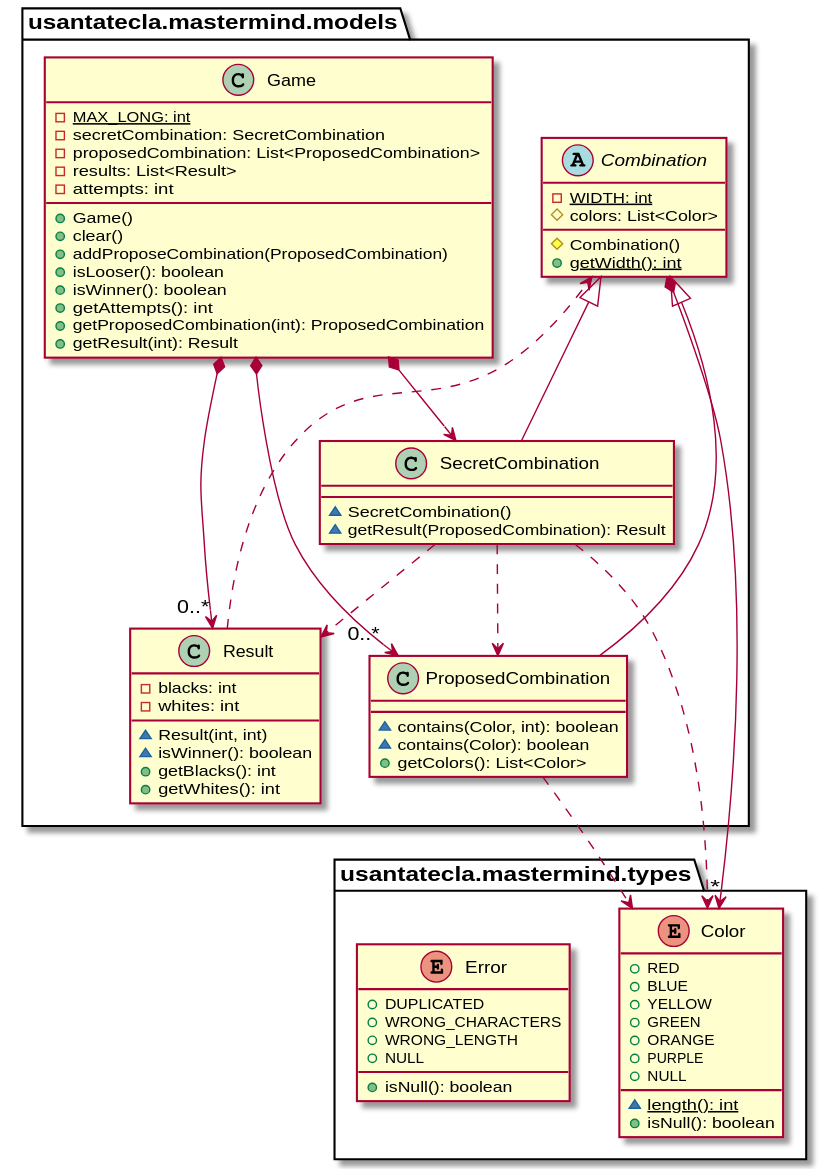
Above: modelViewPresenter/presentationModel/withFacade/docs/diagrams/out/paquetes/usantatecla.mastermind.models.svg in SantaTecla-mastermind/solution.java.swing.socket.sql (PlantUML), before the change. Its diagram source:
```plantuml
@startuml
abstract class usantatecla.mastermind.models.Combination {
- {static} WIDTH: int
# colors: List<Color>
# Combination()
+ {static} getWidth(): int
}
usantatecla.mastermind.models.Combination *-down-> "*" usantatecla.mastermind.types.Color

class usantatecla.mastermind.models.Game {
- {static} MAX_LONG: int
- secretCombination: SecretCombination
- proposedCombination: List<ProposedCombination>
- results: List<Result>
- attempts: int
+ Game()
+ clear()
+ addProposeCombination(ProposedCombination)
+ isLooser(): boolean
+ isWinner(): boolean
+ getAttempts(): int
+ getProposedCombination(int): ProposedCombination
+ getResult(int): Result
}
usantatecla.mastermind.models.Game *-down-> usantatecla.mastermind.models.SecretCombination
usantatecla.mastermind.models.Game *-down-> "0..*" usantatecla.mastermind.models.Result
usantatecla.mastermind.models.Game *-down-> "0..*" usantatecla.mastermind.models.ProposedCombination

class usantatecla.mastermind.models.ProposedCombination {
~ contains(Color, int): boolean
~ contains(Color): boolean
+ getColors(): List<Color>
}
usantatecla.mastermind.models.Combination <|-down- usantatecla.mastermind.models.ProposedCombination
usantatecla.mastermind.models.ProposedCombination ..> usantatecla.mastermind.types.Color

class usantatecla.mastermind.models.SecretCombination {
~ SecretCombination()
~ getResult(ProposedCombination): Result
}
usantatecla.mastermind.models.Combination <|-down- usantatecla.mastermind.models.SecretCombination
usantatecla.mastermind.models.SecretCombination ..> usantatecla.mastermind.models.Result
usantatecla.mastermind.models.SecretCombination ..> usantatecla.mastermind.models.ProposedCombination
usantatecla.mastermind.models.SecretCombination ..> usantatecla.mastermind.types.Color

class usantatecla.mastermind.models.Result {
- blacks: int
- whites: int
~ Result(int, int)
~ isWinner(): boolean
+ getBlacks(): int
+ getWhites(): int
}

usantatecla.mastermind.models.Result -down..> usantatecla.mastermind.models.Combination

enum usantatecla.mastermind.types.Color {
+ RED
+ BLUE
+ YELLOW
+ GREEN
+ ORANGE
+ PURPLE
+ NULL
~ {static} length(): int
+ isNull(): boolean
}

enum usantatecla.mastermind.types.Error {
+ DUPLICATED
+ WRONG_CHARACTERS
+ WRONG_LENGTH
+ NULL
+ isNull(): boolean
}
@enduml
```
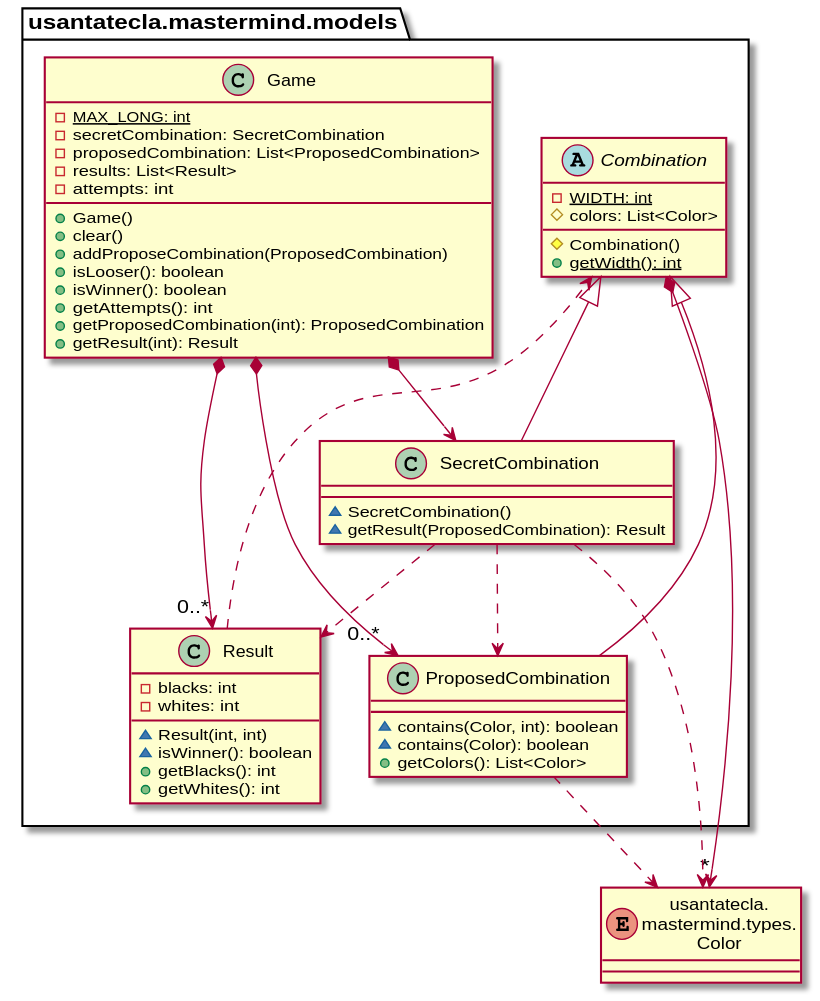
Above is the later version.

What changed in the source:
```diff
@@ -1,76 +1,58 @@
 @startuml
+enum Color as "usantatecla.\nmastermind.types.\nColor"
+
 abstract class usantatecla.mastermind.models.Combination {
-- {static} WIDTH: int
-# colors: List<Color>
-# Combination()
-+ {static} getWidth(): int
+    - {static} WIDTH: int
+    # colors: List<Color>
+    # Combination()
+    + {static} getWidth(): int
 }
-usantatecla.mastermind.models.Combination *-down-> "*" usantatecla.mastermind.types.Color
+usantatecla.mastermind.models.Combination *-down-> "*" Color
 
 class usantatecla.mastermind.models.Game {
-- {static} MAX_LONG: int
-- secretCombination: SecretCombination
-- proposedCombination: List<ProposedCombination>
-- results: List<Result>
-- attempts: int
-+ Game()
-+ clear()
-+ addProposeCombination(ProposedCombination)
-+ isLooser(): boolean
-+ isWinner(): boolean
-+ getAttempts(): int
-+ getProposedCombination(int): ProposedCombination
-+ getResult(int): Result
+    - {static} MAX_LONG: int
+    - secretCombination: SecretCombination
+    - proposedCombination: List<ProposedCombination>
+    - results: List<Result>
+    - attempts: int
+    + Game()
+    + clear()
+    + addProposeCombination(ProposedCombination)
+    + isLooser(): boolean
+    + isWinner(): boolean
+    + getAttempts(): int
+    + getProposedCombination(int): ProposedCombination
+    + getResult(int): Result
 }
 usantatecla.mastermind.models.Game *-down-> usantatecla.mastermind.models.SecretCombination
 usantatecla.mastermind.models.Game *-down-> "0..*" usantatecla.mastermind.models.Result
 usantatecla.mastermind.models.Game *-down-> "0..*" usantatecla.mastermind.models.ProposedCombination
 
 class usantatecla.mastermind.models.ProposedCombination {
-~ contains(Color, int): boolean
-~ contains(Color): boolean
-+ getColors(): List<Color>
+    ~ contains(Color, int): boolean
+    ~ contains(Color): boolean
+    + getColors(): List<Color>
 }
 usantatecla.mastermind.models.Combination <|-down- usantatecla.mastermind.models.ProposedCombination
-usantatecla.mastermind.models.ProposedCombination ..> usantatecla.mastermind.types.Color
+usantatecla.mastermind.models.ProposedCombination ..> Color
 
 class usantatecla.mastermind.models.SecretCombination {
-~ SecretCombination()
-~ getResult(ProposedCombination): Result
+    ~ SecretCombination()
+    ~ getResult(ProposedCombination): Result
 }
 usantatecla.mastermind.models.Combination <|-down- usantatecla.mastermind.models.SecretCombination
 usantatecla.mastermind.models.SecretCombination ..> usantatecla.mastermind.models.Result
 usantatecla.mastermind.models.SecretCombination ..> usantatecla.mastermind.models.ProposedCombination
-usantatecla.mastermind.models.SecretCombination ..> usantatecla.mastermind.types.Color
+usantatecla.mastermind.models.SecretCombination ..> Color
 
 class usantatecla.mastermind.models.Result {
-- blacks: int
-- whites: int
-~ Result(int, int)
-~ isWinner(): boolean
-+ getBlacks(): int
-+ getWhites(): int
+    - blacks: int
+    - whites: int
+    ~ Result(int, int)
+    ~ isWinner(): boolean
+    + getBlacks(): int
+    + getWhites(): int
 }
 
 usantatecla.mastermind.models.Result -down..> usantatecla.mastermind.models.Combination
-
-enum usantatecla.mastermind.types.Color {
-+ RED
-+ BLUE
-+ YELLOW
-+ GREEN
-+ ORANGE
-+ PURPLE
-+ NULL
-~ {static} length(): int
-+ isNull(): boolean
-}
-
-enum usantatecla.mastermind.types.Error {
-+ DUPLICATED
-+ WRONG_CHARACTERS
-+ WRONG_LENGTH
-+ NULL
-+ isNull(): boolean
-}
 @enduml
```
